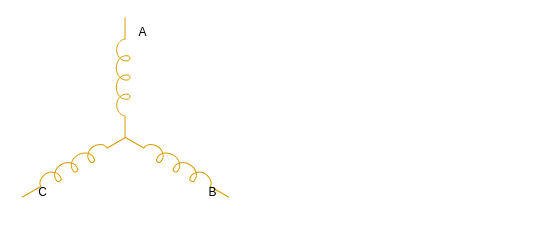
This is page "AB通电" (4 of 7) of 三相对称星形接法.drawio from Vinson-001/Blog-flow-chart, a draw.io file, before an edit. Source tidied: cells renumbered, new cells numbered last; positions are measured from the earlier drawing's top-left corner, leaving out a move shared by most shapes. Both pictures are drawn from the tidied source at 100%, with x=0, y=0 at pixel (12, 17).
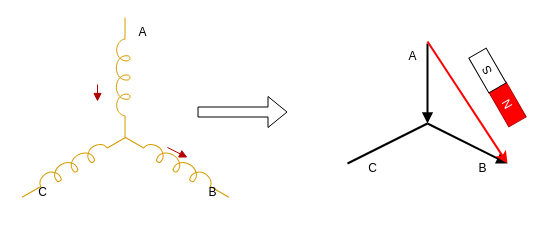
After the change.

Commit message:
更新三相对称星形接法.drawio

The change refers to these unchanged cells:
```xml
<mxCell id="3" style="group;" parent="2" vertex="1">
  <mxGeometry width="215.9" height="190" as="geometry" />
</mxCell>
```

What changed in the source:
```diff
@@
+    <mxCell id="10" style="endArrow=block;html=1;rounded=0;endFill=1;fillColor=#e51400;strokeColor=#B20000;" parent="3" edge="1">
+      <mxGeometry relative="1" as="geometry">
+        <mxPoint x="80" y="67" as="sourcePoint" />
+        <mxPoint x="80" y="84" as="targetPoint" />
+      </mxGeometry>
+    </mxCell>
+    <mxCell id="11" style="endArrow=block;html=1;rounded=0;endFill=1;fillColor=#e51400;strokeColor=#B20000;" parent="3" edge="1">
+      <mxGeometry relative="1" as="geometry">
+        <mxPoint x="150" y="130" as="sourcePoint" />
+        <mxPoint x="170" y="140" as="targetPoint" />
+      </mxGeometry>
+    </mxCell>
+    <mxCell id="12" style="endArrow=none;html=1;rounded=0;strokeWidth=2;endFill=0;startArrow=block;startFill=1;" parent="1" edge="1">
+      <mxGeometry relative="1" as="geometry">
+        <mxPoint x="415" y="106" as="sourcePoint" />
+        <mxPoint x="415" y="26" as="targetPoint" />
+      </mxGeometry>
+    </mxCell>
+    <mxCell id="13" style="endArrow=block;html=1;rounded=0;strokeWidth=2;endFill=1;" parent="1" edge="1">
+      <mxGeometry relative="1" as="geometry">
+        <mxPoint x="415" y="106" as="sourcePoint" />
+        <mxPoint x="495" y="146" as="targetPoint" />
+      </mxGeometry>
+    </mxCell>
+    <mxCell id="14" style="endArrow=none;html=1;rounded=0;strokeWidth=2;" parent="1" edge="1">
+      <mxGeometry relative="1" as="geometry">
+        <mxPoint x="415" y="106" as="sourcePoint" />
+        <mxPoint x="335" y="146" as="targetPoint" />
+      </mxGeometry>
+    </mxCell>
+    <mxCell id="15" value="A" style="text;html=1;align=center;verticalAlign=middle;strokeColor=none;fillColor=none;" parent="1" vertex="1">
+      <mxGeometry x="385" y="24" width="30" height="30" as="geometry" />
+    </mxCell>
+    <mxCell id="16" value="B" style="text;html=1;align=center;verticalAlign=middle;strokeColor=none;fillColor=none;" parent="1" vertex="1">
+      <mxGeometry x="455" y="136" width="30" height="30" as="geometry" />
+    </mxCell>
+    <mxCell id="17" value="C" style="text;html=1;align=center;verticalAlign=middle;strokeColor=none;fillColor=none;" parent="1" vertex="1">
+      <mxGeometry x="345" y="136" width="30" height="30" as="geometry" />
+    </mxCell>
+    <mxCell id="18" style="endArrow=classic;html=1;rounded=0;strokeWidth=2;fillColor=#e51400;strokeColor=#FF0000;" parent="1" edge="1">
+      <mxGeometry relative="1" as="geometry">
+        <mxPoint x="415" y="24" as="sourcePoint" />
+        <mxPoint x="495" y="146" as="targetPoint" />
+      </mxGeometry>
+    </mxCell>
+    <mxCell id="19" style="shape=flexArrow;endArrow=classic;html=1;rounded=0;" parent="1" edge="1">
+      <mxGeometry relative="1" as="geometry">
+        <mxPoint x="185" y="94.5" as="sourcePoint" />
+        <mxPoint x="275" y="94.5" as="targetPoint" />
+      </mxGeometry>
+    </mxCell>
+    <mxCell id="20" style="group;rotation=-120;" parent="1" vertex="1">
+      <mxGeometry x="445" y="60" width="80" height="20" as="geometry" />
+    </mxCell>
+    <mxCell id="21" value="N" style="rounded=0;whiteSpace=wrap;html=1;fillColor=#FF0000;fontColor=#ffffff;strokeColor=#B20000;rotation=-120;" parent="20" vertex="1">
+      <mxGeometry x="30" y="17" width="40" height="20" as="geometry" />
+    </mxCell>
+    <mxCell id="22" value="S" style="rounded=0;whiteSpace=wrap;html=1;rotation=-120;" parent="20" vertex="1">
+      <mxGeometry x="10" y="-17" width="40" height="20" as="geometry" />
+    </mxCell>
```
